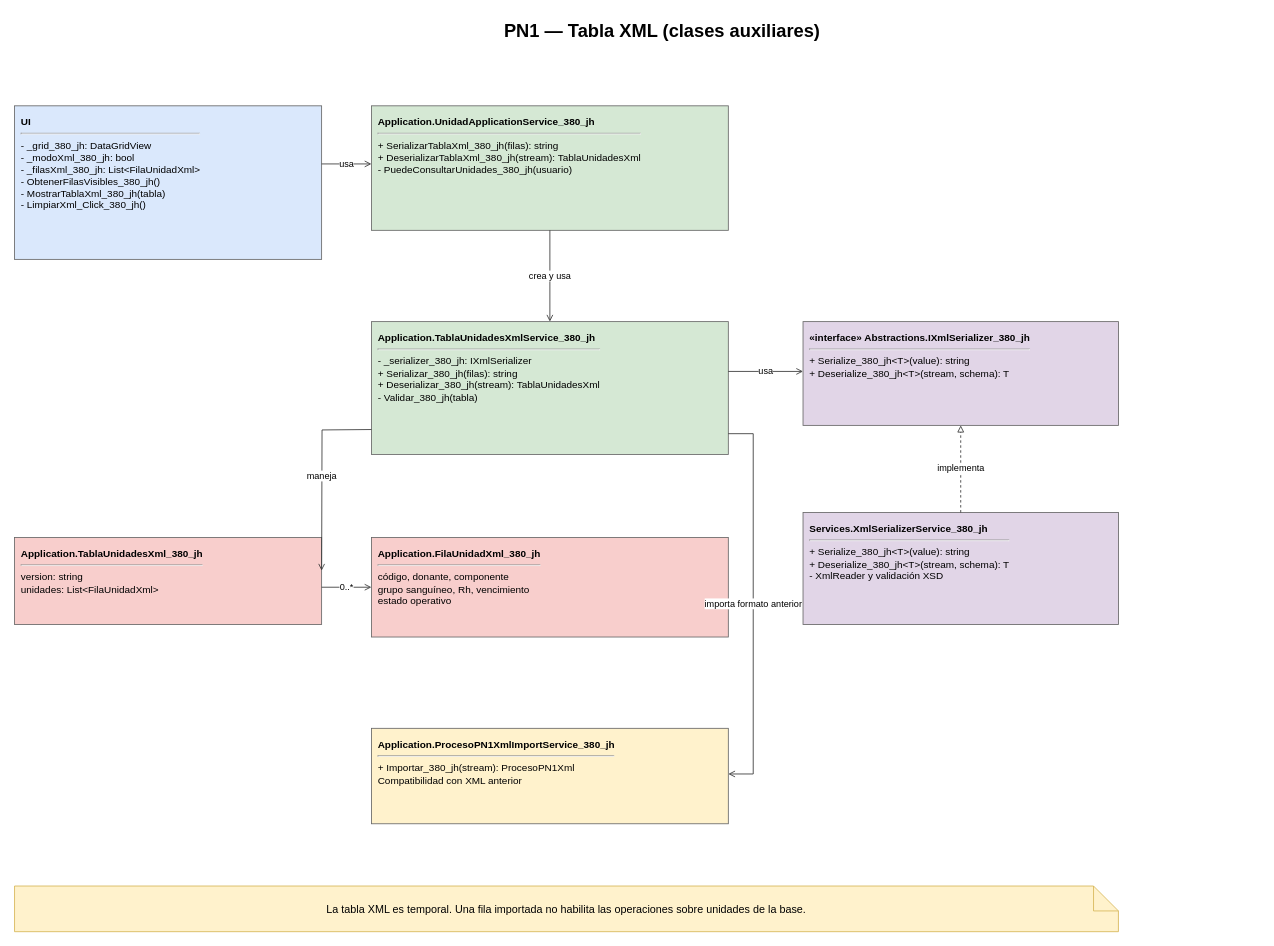
The draw.io diagram Diagramas/Diagramas de clases/PN1 - XML auxiliar - Clases.drawio in juanNH/Ingenieria-de-Software, before the edit. Source tidied: cells renumbered, new cells numbered last; positions are measured from the earlier drawing's top-left corner, leaving out a move shared by most shapes. Both pictures are drawn from the tidied source at 83%, with x=0, y=0 at pixel (14, 14).
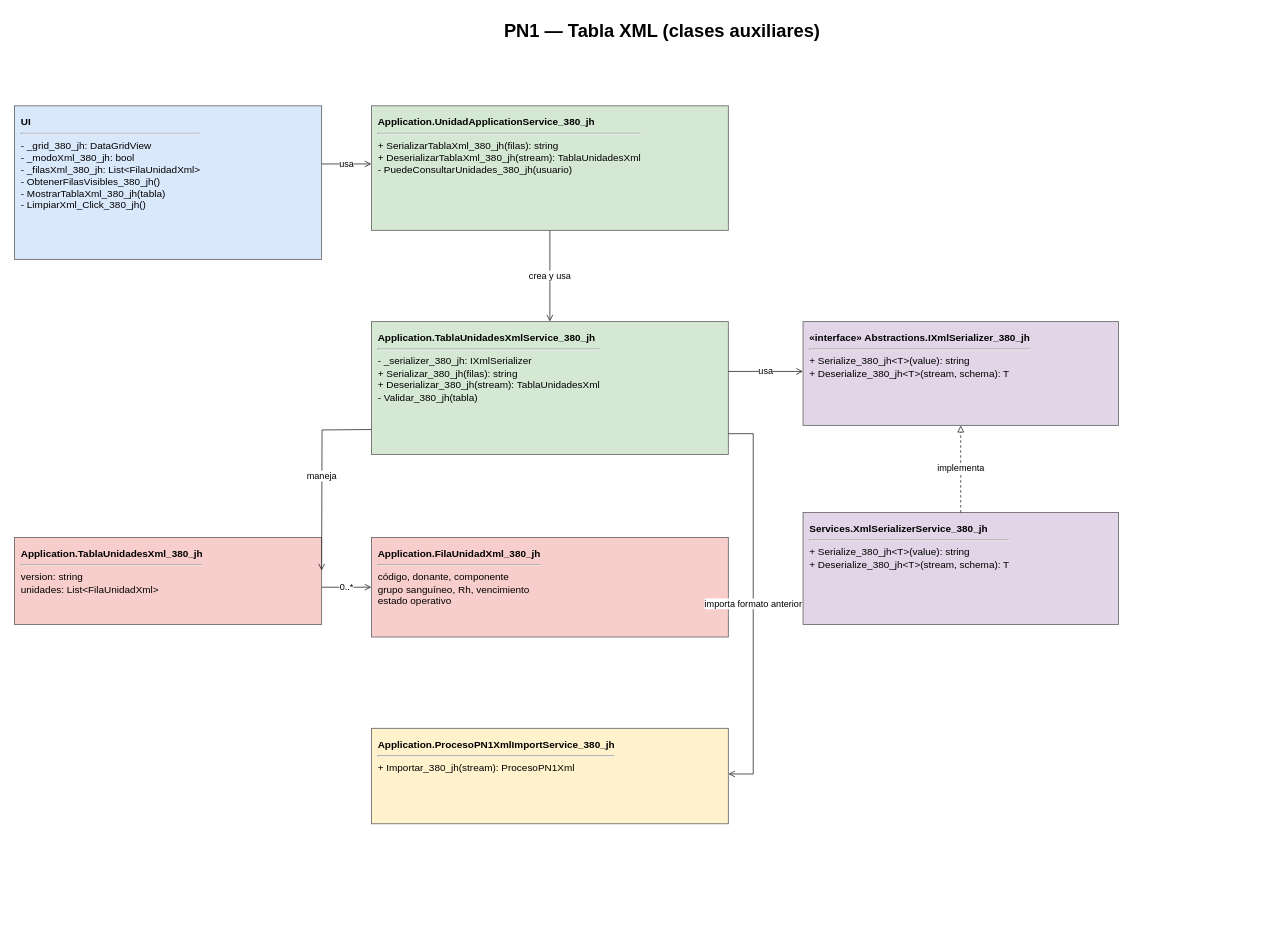
The same diagram, later.

What changed in the source:
```diff
@@
-    <mxCell id="7" value="&lt;b&gt;Services.XmlSerializerService_380_jh&lt;/b&gt;&lt;hr&gt;+ Serialize_380_jh&amp;lt;T&amp;gt;(value): string&lt;br&gt;+ Deserialize_380_jh&amp;lt;T&amp;gt;(stream, schema): T&lt;br&gt;- XmlReader y validación XSD" style="rounded=0;whiteSpace=wrap;html=1;fillColor=#e1d5e7;strokeColor=#666666;fontSize=12;align=left;verticalAlign=top;spacing=8;" parent="1" vertex="1">
+    <mxCell id="7" value="&lt;b&gt;Services.XmlSerializerService_380_jh&lt;/b&gt;&lt;hr&gt;+ Serialize_380_jh&amp;lt;T&amp;gt;(value): string&lt;br&gt;+ Deserialize_380_jh&amp;lt;T&amp;gt;(stream, schema): T" style="rounded=0;whiteSpace=wrap;html=1;fillColor=#e1d5e7;strokeColor=#666666;fontSize=12;align=left;verticalAlign=top;spacing=8;" parent="1" vertex="1">
       <mxGeometry x="950" y="600" width="380" height="135" as="geometry" />
     </mxCell>
@@
-    <mxCell id="10" value="&lt;b&gt;Application.ProcesoPN1XmlImportService_380_jh&lt;/b&gt;&lt;hr&gt;+ Importar_380_jh(stream): ProcesoPN1Xml&lt;br&gt;Compatibilidad con XML anterior" style="rounded=0;whiteSpace=wrap;html=1;fillColor=#fff2cc;strokeColor=#666666;fontSize=12;align=left;verticalAlign=top;spacing=8;" parent="1" vertex="1">
+    <mxCell id="10" value="&lt;b&gt;Application.ProcesoPN1XmlImportService_380_jh&lt;/b&gt;&lt;hr&gt;+ Importar_380_jh(stream): ProcesoPN1Xml" style="rounded=0;whiteSpace=wrap;html=1;fillColor=#fff2cc;strokeColor=#666666;fontSize=12;align=left;verticalAlign=top;spacing=8;" parent="1" vertex="1">
       <mxGeometry x="430" y="860" width="430" height="115" as="geometry" />
     </mxCell>
@@
-    <mxCell id="18" value="La tabla XML es temporal. Una fila importada no habilita las operaciones sobre unidades de la base." style="shape=note;whiteSpace=wrap;html=1;fillColor=#fff2cc;strokeColor=#d6b656;fontSize=13;" parent="1" vertex="1">
-      <mxGeometry y="1050" width="1330" height="55" as="geometry" />
-    </mxCell>
```
